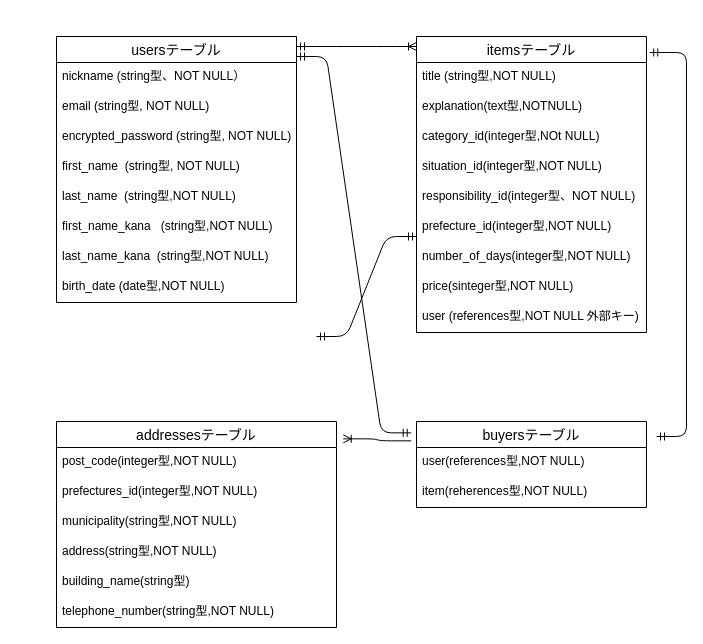
yuta24git/furima-39586-2 keeps this draw.io diagram as furima.dio. Above is the earlier version. Source tidied: cells renumbered, new cells numbered last; positions are measured from the earlier drawing's top-left corner, leaving out a move shared by most shapes. Both pictures are drawn from the tidied source at 100%, with x=0, y=0 at pixel (56, 36).
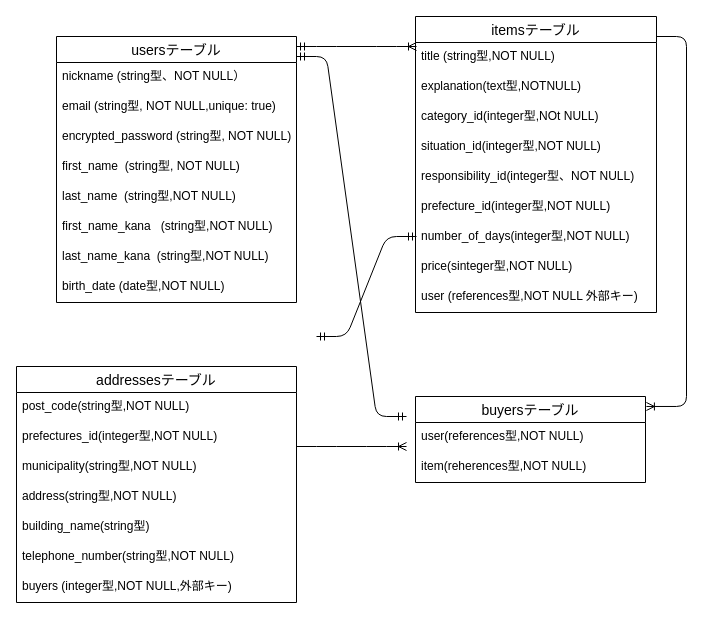
The same page after the edit.

Commit message (it also covers changes not shown here):
データベース設計の修正２

The change refers to these unchanged cells:
```xml
<mxCell id="2" value="usersテーブル" style="swimlane;fontStyle=0;horizontal=1;startSize=26;align=center;fontSize=14;" parent="1" vertex="1">
  <mxGeometry width="240" height="266" as="geometry" />
</mxCell>
<mxCell id="31" value="user(references型,NOT NULL)" style="text;strokeColor=none;fillColor=none;spacingLeft=4;spacingRight=4;overflow=hidden;points=[[0,0.5],[1,0.5]];portConstraint=eastwest;fontSize=12;" parent="30" vertex="1">
  <mxGeometry y="26" width="230" height="30" as="geometry" />
</mxCell>
<mxCell id="32" value="item(reherences型,NOT NULL)" style="text;strokeColor=none;fillColor=none;spacingLeft=4;spacingRight=4;overflow=hidden;points=[[0,0.5],[1,0.5]];portConstraint=eastwest;fontSize=12;" parent="30" vertex="1">
  <mxGeometry y="56" width="230" height="30" as="geometry" />
</mxCell>
```

Change to the diagram source:
```diff
@@
-    <mxCell id="4" value="email (string型, NOT NULL)" style="text;strokeColor=none;fillColor=none;spacingLeft=4;spacingRight=4;overflow=hidden;fontSize=12;" parent="2" vertex="1">
+    <mxCell id="4" value="email (string型, NOT NULL,unique: true)" style="text;strokeColor=none;fillColor=none;spacingLeft=4;spacingRight=4;overflow=hidden;fontSize=12;" parent="2" vertex="1">
       <mxGeometry y="56" width="240" height="30" as="geometry" />
     </mxCell>
@@
     <mxCell id="11" value="itemsテーブル" style="swimlane;fontStyle=0;horizontal=1;startSize=26;align=center;fontSize=14;" parent="1" vertex="1">
-      <mxGeometry x="360" width="230" height="296" as="geometry" />
+      <mxGeometry x="359" y="-20" width="241" height="296" as="geometry" />
     </mxCell>
     <mxCell id="12" value="title (string型,NOT NULL)" style="text;strokeColor=none;fillColor=none;spacingLeft=4;spacingRight=4;overflow=hidden;fontSize=12;" parent="11" vertex="1">
-      <mxGeometry y="26" width="230" height="30" as="geometry" />
+      <mxGeometry y="26" width="241" height="30" as="geometry" />
     </mxCell>
     <mxCell id="13" value="explanation(text型,NOTNULL)" style="text;strokeColor=none;fillColor=none;spacingLeft=4;spacingRight=4;overflow=hidden;fontSize=12;" parent="11" vertex="1">
-      <mxGeometry y="56" width="230" height="30" as="geometry" />
+      <mxGeometry y="56" width="241" height="30" as="geometry" />
     </mxCell>
     <mxCell id="14" value="category_id(integer型,NOt NULL)" style="text;strokeColor=none;fillColor=none;spacingLeft=4;spacingRight=4;overflow=hidden;fontSize=12;" parent="11" vertex="1">
-      <mxGeometry y="86" width="230" height="30" as="geometry" />
+      <mxGeometry y="86" width="241" height="30" as="geometry" />
     </mxCell>
     <mxCell id="15" value="situation_id(integer型,NOT NULL)" style="text;strokeColor=none;fillColor=none;spacingLeft=4;spacingRight=4;overflow=hidden;fontSize=12;" parent="11" vertex="1">
-      <mxGeometry y="116" width="230" height="30" as="geometry" />
+      <mxGeometry y="116" width="241" height="30" as="geometry" />
     </mxCell>
     <mxCell id="16" value="responsibility_id(integer型、NOT NULL)" style="text;strokeColor=none;fillColor=none;spacingLeft=4;spacingRight=4;overflow=hidden;fontSize=12;" parent="11" vertex="1">
-      <mxGeometry y="146" width="230" height="30" as="geometry" />
+      <mxGeometry y="146" width="241" height="30" as="geometry" />
     </mxCell>
     <mxCell id="17" value="prefecture_id(integer型,NOT NULL)" style="text;strokeColor=none;fillColor=none;spacingLeft=4;spacingRight=4;overflow=hidden;fontSize=12;" parent="11" vertex="1">
-      <mxGeometry y="176" width="230" height="30" as="geometry" />
+      <mxGeometry y="176" width="241" height="30" as="geometry" />
     </mxCell>
     <mxCell id="18" value="number_of_days(integer型,NOT NULL)" style="text;strokeColor=none;fillColor=none;spacingLeft=4;spacingRight=4;overflow=hidden;fontSize=12;" parent="11" vertex="1">
-      <mxGeometry y="206" width="230" height="30" as="geometry" />
+      <mxGeometry y="206" width="241" height="30" as="geometry" />
     </mxCell>
     <mxCell id="19" value="price(sinteger型,NOT NULL)" style="text;strokeColor=none;fillColor=none;spacingLeft=4;spacingRight=4;overflow=hidden;fontSize=12;" parent="11" vertex="1">
-      <mxGeometry y="236" width="230" height="30" as="geometry" />
+      <mxGeometry y="236" width="241" height="30" as="geometry" />
     </mxCell>
     <mxCell id="20" value="user (references型,NOT NULL 外部キー)" style="text;strokeColor=none;fillColor=none;spacingLeft=4;spacingRight=4;overflow=hidden;fontSize=12;" parent="11" vertex="1">
-      <mxGeometry y="266" width="230" height="30" as="geometry" />
+      <mxGeometry y="266" width="241" height="30" as="geometry" />
     </mxCell>
     <mxCell id="21" value="addressesテーブル" style="swimlane;fontStyle=0;horizontal=1;startSize=26;align=center;fontSize=14;" parent="1" vertex="1">
-      <mxGeometry y="385" width="280" height="206" as="geometry" />
+      <mxGeometry x="-40" y="330" width="280" height="236" as="geometry" />
     </mxCell>
-    <mxCell id="22" value="post_code(integer型,NOT NULL)" style="text;strokeColor=none;fillColor=none;spacingLeft=4;spacingRight=4;overflow=hidden;points=[[0,0.5],[1,0.5]];portConstraint=eastwest;fontSize=12;" parent="21" vertex="1">
+    <mxCell id="22" value="post_code(string型,NOT NULL)" style="text;strokeColor=none;fillColor=none;spacingLeft=4;spacingRight=4;overflow=hidden;points=[[0,0.5],[1,0.5]];portConstraint=eastwest;fontSize=12;" parent="21" vertex="1">
       <mxGeometry y="26" width="280" height="30" as="geometry" />
     </mxCell>
@@
+    <mxCell id="36" value="buyers (integer型,NOT NULL,外部キー)" style="text;strokeColor=none;fillColor=none;spacingLeft=4;spacingRight=4;overflow=hidden;fontSize=12;" parent="21" vertex="1">
+      <mxGeometry y="206" width="280" height="30" as="geometry" />
+    </mxCell>
-    <mxCell id="28" style="edgeStyle=entityRelationEdgeStyle;fontSize=12;html=1;endArrow=ERmandOne;startArrow=ERmandOne;entryX=-0.023;entryY=0.132;entryDx=0;entryDy=0;entryPerimeter=0;" parent="1" edge="1" target="30">
+    <mxCell id="28" style="edgeStyle=entityRelationEdgeStyle;fontSize=12;html=1;endArrow=ERmandOne;startArrow=ERmandOne;" parent="1" edge="1">
       <mxGeometry relative="1" as="geometry">
         <mxPoint x="240" y="20" as="sourcePoint" />
+        <mxPoint x="350" y="380" as="targetPoint" />
       </mxGeometry>
     </mxCell>
@@
     <mxCell id="30" value="buyersテーブル" style="swimlane;fontStyle=0;horizontal=1;startSize=26;align=center;fontSize=14;" parent="1" vertex="1">
-      <mxGeometry x="360" y="385" width="230" height="86" as="geometry" />
+      <mxGeometry x="359" y="360" width="230" height="86" as="geometry" />
     </mxCell>
@@
-    <mxCell id="34" style="edgeStyle=entityRelationEdgeStyle;fontSize=12;html=1;endArrow=ERmandOne;startArrow=ERmandOne;entryX=1.014;entryY=0.054;entryDx=0;entryDy=0;entryPerimeter=0;" parent="1" edge="1" target="11">
-      <mxGeometry relative="1" as="geometry">
-        <mxPoint x="600" y="400" as="sourcePoint" />
-      </mxGeometry>
-    </mxCell>
-    <mxCell id="35" style="edgeStyle=entityRelationEdgeStyle;fontSize=12;html=1;endArrow=ERoneToMany;entryX=1.024;entryY=-0.289;entryDx=0;entryDy=0;entryPerimeter=0;exitX=-0.023;exitY=-0.222;exitDx=0;exitDy=0;exitPerimeter=0;" parent="1" edge="1" source="31" target="22">
-      <mxGeometry relative="1" as="geometry" />
+    <mxCell id="35" style="edgeStyle=entityRelationEdgeStyle;fontSize=12;html=1;endArrow=ERoneToMany;entryX=-0.039;entryY=-0.2;entryDx=0;entryDy=0;entryPerimeter=0;" parent="1" edge="1" target="32">
+      <mxGeometry relative="1" as="geometry">
+        <mxPoint x="240" y="410" as="sourcePoint" />
+      </mxGeometry>
     </mxCell>
+    <mxCell id="37" style="edgeStyle=entityRelationEdgeStyle;fontSize=12;html=1;endArrow=ERoneToMany;entryX=1.004;entryY=0.116;entryDx=0;entryDy=0;entryPerimeter=0;" parent="1" edge="1" target="30">
+      <mxGeometry relative="1" as="geometry">
+        <mxPoint x="600" as="sourcePoint" />
+      </mxGeometry>
+    </mxCell>
```
